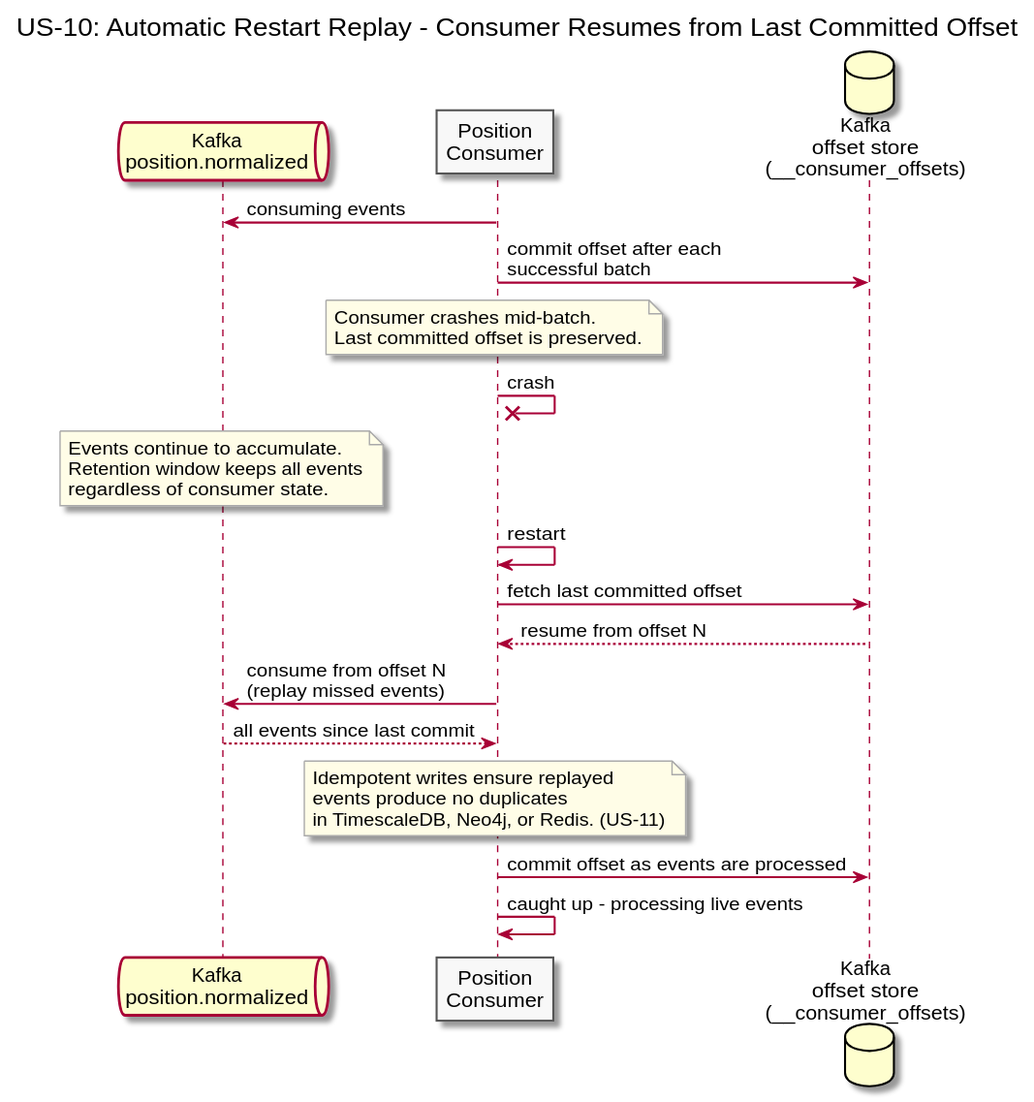
Above: diagrams/docs/use-cases/US-10-event-replay/automatic-restart-replay.svg in Buffden/sentinel (PlantUML), before the change.
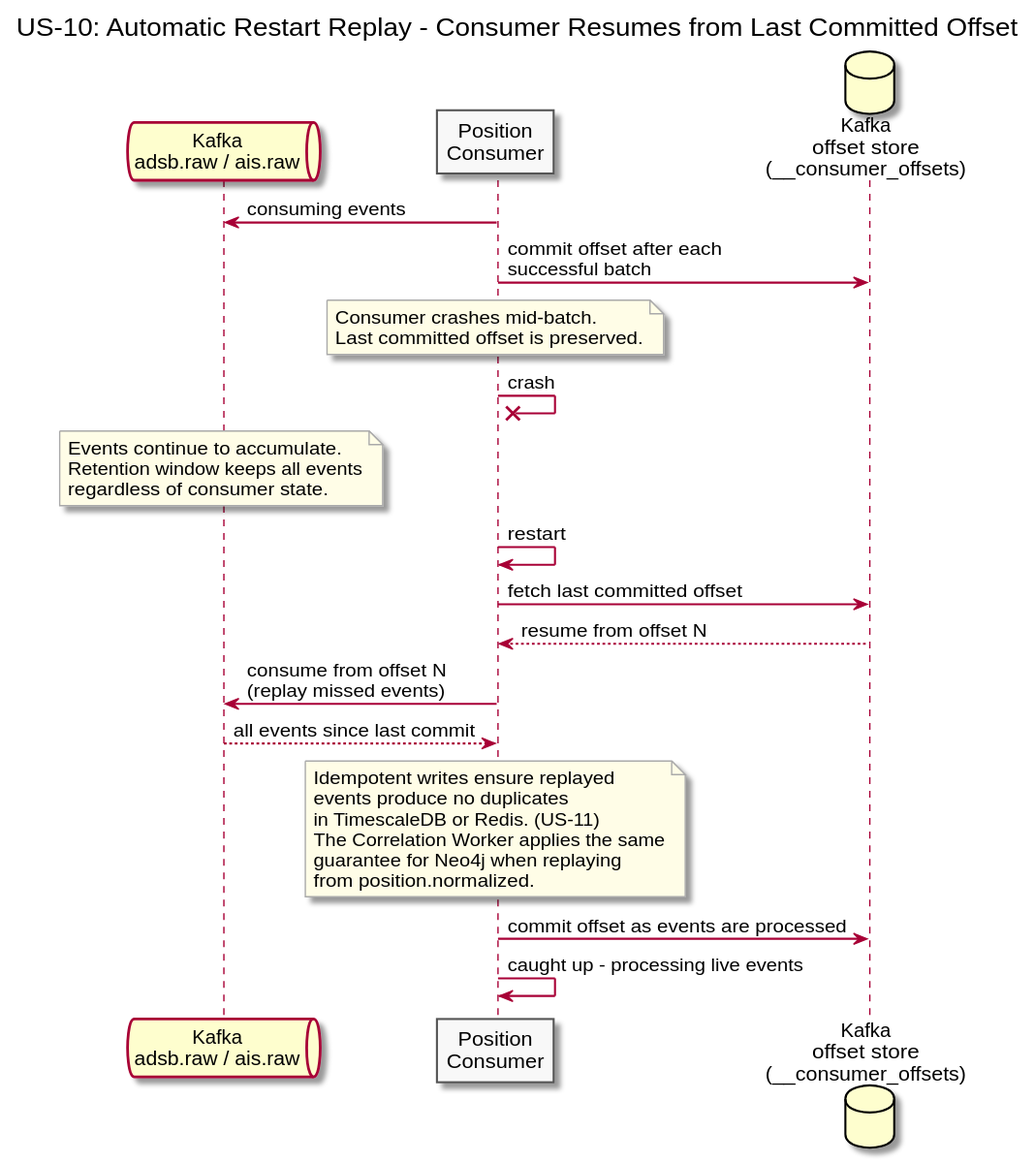
Later version of the same file.

Diff of the diagram source:
```diff
@@ -7,7 +7,7 @@
 skinparam noteBorderColor #AAAAAA
 skinparam noteBackgroundColor #FFFDE7
 
-queue "Kafka\nposition.normalized" as Kafka
+queue "Kafka\nadsb.raw / ais.raw" as Kafka
 participant "Position\nConsumer" as Consumer
 database "Kafka\noffset store\n(__consumer_offsets)" as Offsets
 
@@ -37,7 +37,10 @@
 note over Consumer
   Idempotent writes ensure replayed
   events produce no duplicates
-  in TimescaleDB, Neo4j, or Redis. (US-11)
+  in TimescaleDB or Redis. (US-11)
+  The Correlation Worker applies the same
+  guarantee for Neo4j when replaying
+  from position.normalized.
 end note
 
 Consumer -> Offsets : commit offset as events are processed
```
